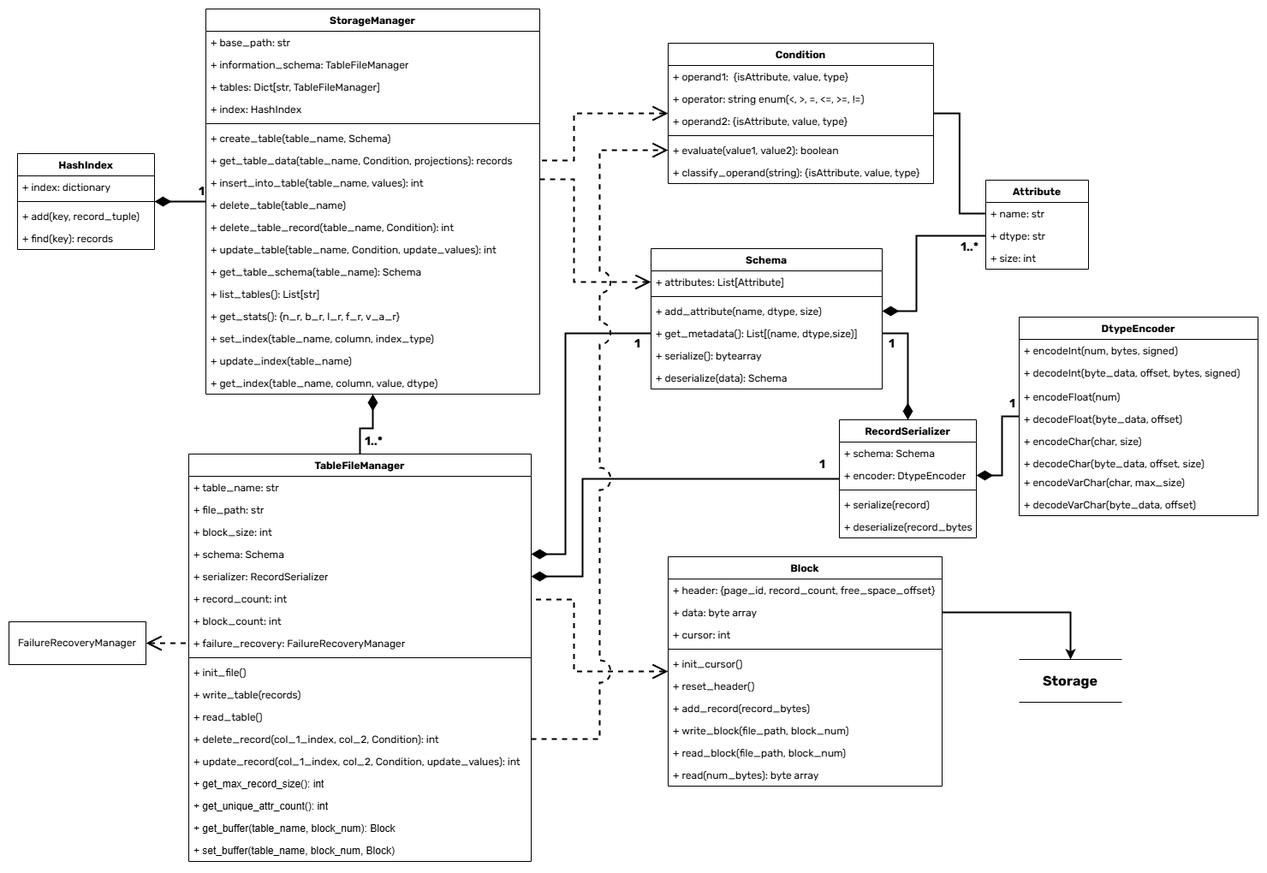
This is storage_manager_class_diagram.png from KawulaSQL/Storage_Manager, a draw.io export, as it was before one commit. Source tidied: cells renumbered, new cells last; positions are measured from the earlier drawing's top-left corner, leaving out a move shared by most shapes.
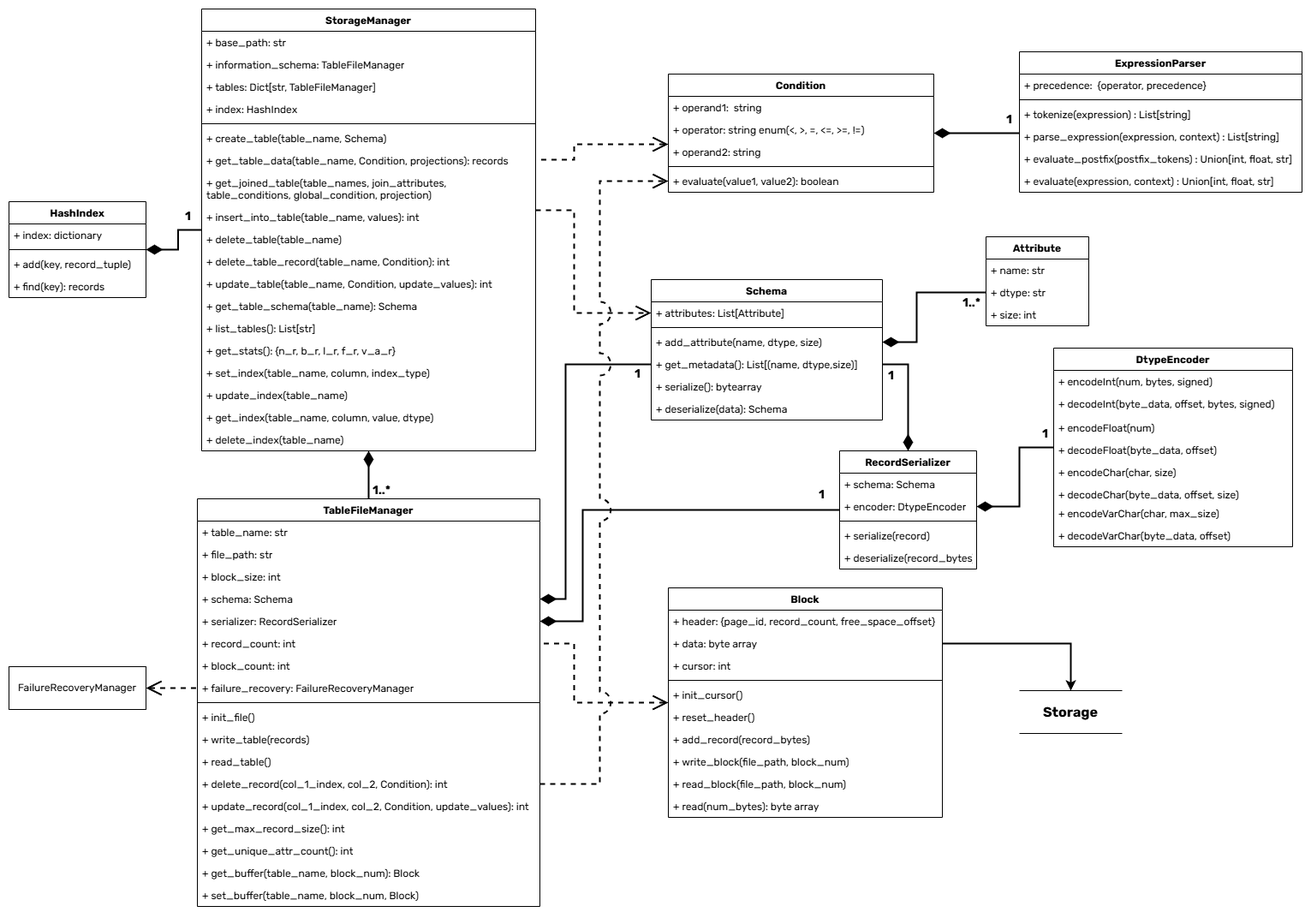
Later version of the same file.

Commit message:
docs: Update class diagram

Diff of the diagram source:
```diff
@@ -36,3 +36,3 @@
         <Array as="points">
-          <mxPoint x="670" y="663" />
+          <mxPoint x="670" y="679" />
           <mxPoint x="670" y="549" />
@@ -70,4 +70,3 @@
           <mxPoint x="660" y="774" />
-          <mxPoint x="660" y="690" />
-          <mxPoint x="610" y="690" />
+          <mxPoint x="660" y="705" />
         </Array>
@@ -86,3 +85,3 @@
         <Array as="points">
-          <mxPoint x="1060" y="265" />
+          <mxPoint x="1060" y="295" />
           <mxPoint x="1060" y="353" />
@@ -115,3 +114,3 @@
     <mxCell id="25" value="&lt;div&gt;&lt;span style=&quot;font-size: 12px;&quot;&gt;DtypeEncoder&lt;/span&gt;&lt;/div&gt;" style="swimlane;fontStyle=1;align=center;verticalAlign=top;horizontal=1;startSize=26;whiteSpace=wrap;html=1;fontFamily=rubik;fontSource=https%3A%2F%2Ffonts.googleapis.com%2Fcss%3Ffamily%3Drubik;" parent="1" vertex="1">
-      <mxGeometry x="1180" y="360" width="279" height="232" as="geometry" />
+      <mxGeometry x="1220" y="360" width="279" height="232" as="geometry" />
     </mxCell>
@@ -193,3 +192,3 @@
     <mxCell id="51" value="&lt;div&gt;&lt;span style=&quot;font-size: 12px;&quot;&gt;Attribute&lt;/span&gt;&lt;/div&gt;" style="swimlane;fontStyle=1;align=center;verticalAlign=top;horizontal=1;startSize=26;whiteSpace=wrap;html=1;fontFamily=rubik;fontSource=https%3A%2F%2Ffonts.googleapis.com%2Fcss%3Ffamily%3Drubik;" parent="1" vertex="1">
-      <mxGeometry x="1141" y="200" width="120" height="104" as="geometry" />
+      <mxGeometry x="1141" y="230" width="120" height="104" as="geometry" />
     </mxCell>
@@ -205,3 +204,3 @@
     <mxCell id="55" value="&lt;div&gt;&lt;span style=&quot;font-size: 12px;&quot;&gt;TableFileManager&lt;/span&gt;&lt;/div&gt;" style="swimlane;fontStyle=1;align=center;verticalAlign=top;horizontal=1;startSize=26;whiteSpace=wrap;html=1;fontFamily=rubik;fontSource=https%3A%2F%2Ffonts.googleapis.com%2Fcss%3Ffamily%3Drubik;" parent="1" vertex="1">
-      <mxGeometry x="210" y="520" width="400" height="476" as="geometry" />
+      <mxGeometry x="220" y="536" width="400" height="476" as="geometry" />
     </mxCell>
@@ -249,12 +248,12 @@
     </mxCell>
-    <mxCell id="70" value="+ get_max_record_size(): int" style="text;strokeColor=none;fillColor=none;align=left;verticalAlign=top;spacingLeft=4;spacingRight=4;overflow=hidden;whiteSpace=wrap;html=1;" parent="55" vertex="1">
+    <mxCell id="70" value="+ get_max_record_size(): int" style="text;strokeColor=none;fillColor=none;align=left;verticalAlign=top;spacingLeft=4;spacingRight=4;overflow=hidden;whiteSpace=wrap;html=1;fontFamily=rubik;fontSource=https%3A%2F%2Ffonts.googleapis.com%2Fcss%3Ffamily%3Drubik;" parent="55" vertex="1">
       <mxGeometry y="372" width="400" height="26" as="geometry" />
     </mxCell>
-    <mxCell id="71" value="+&amp;nbsp;get_unique_attr_count(): int" style="text;strokeColor=none;fillColor=none;align=left;verticalAlign=top;spacingLeft=4;spacingRight=4;overflow=hidden;whiteSpace=wrap;html=1;" parent="55" vertex="1">
+    <mxCell id="71" value="+&amp;nbsp;get_unique_attr_count(): int" style="text;strokeColor=none;fillColor=none;align=left;verticalAlign=top;spacingLeft=4;spacingRight=4;overflow=hidden;whiteSpace=wrap;html=1;fontFamily=rubik;fontSource=https%3A%2F%2Ffonts.googleapis.com%2Fcss%3Ffamily%3Drubik;" parent="55" vertex="1">
       <mxGeometry y="398" width="400" height="26" as="geometry" />
     </mxCell>
-    <mxCell id="72" value="+ get_buffer(table_name, block_num): Block" style="text;strokeColor=none;fillColor=none;align=left;verticalAlign=top;spacingLeft=4;spacingRight=4;overflow=hidden;whiteSpace=wrap;html=1;" parent="55" vertex="1">
+    <mxCell id="72" value="+ get_buffer(table_name, block_num): Block" style="text;strokeColor=none;fillColor=none;align=left;verticalAlign=top;spacingLeft=4;spacingRight=4;overflow=hidden;whiteSpace=wrap;html=1;fontFamily=rubik;fontSource=https%3A%2F%2Ffonts.googleapis.com%2Fcss%3Ffamily%3Drubik;" parent="55" vertex="1">
       <mxGeometry y="424" width="400" height="26" as="geometry" />
     </mxCell>
-    <mxCell id="73" value="+ set_buffer(table_name, block_num, Block)" style="text;strokeColor=none;fillColor=none;align=left;verticalAlign=top;spacingLeft=4;spacingRight=4;overflow=hidden;whiteSpace=wrap;html=1;" parent="55" vertex="1">
+    <mxCell id="73" value="+ set_buffer(table_name, block_num, Block)" style="text;strokeColor=none;fillColor=none;align=left;verticalAlign=top;spacingLeft=4;spacingRight=4;overflow=hidden;whiteSpace=wrap;html=1;fontFamily=rubik;fontSource=https%3A%2F%2Ffonts.googleapis.com%2Fcss%3Ffamily%3Drubik;" parent="55" vertex="1">
       <mxGeometry y="450" width="400" height="26" as="geometry" />
@@ -274,3 +273,3 @@
       <mxGeometry x="-0.81" y="-3" relative="1" as="geometry">
-        <mxPoint y="-9" as="offset" />
+        <mxPoint x="-8" y="-12" as="offset" />
       </mxGeometry>
@@ -278,3 +277,3 @@
     <mxCell id="77" value="&lt;div&gt;&lt;span style=&quot;font-size: 12px;&quot;&gt;StorageManager&lt;/span&gt;&lt;/div&gt;" style="swimlane;fontStyle=1;align=center;verticalAlign=top;horizontal=1;startSize=26;whiteSpace=wrap;html=1;fontFamily=rubik;fontSource=https%3A%2F%2Ffonts.googleapis.com%2Fcss%3Ffamily%3Drubik;" parent="1" vertex="1">
-      <mxGeometry x="230" width="390" height="450" as="geometry" />
+      <mxGeometry x="225" y="-36" width="390" height="516" as="geometry" />
     </mxCell>
@@ -301,32 +300,38 @@
     </mxCell>
+    <mxCell id="114" value="+ get_joined_table(table_names, join_attributes, table_conditions, global_condition, projection)" style="text;strokeColor=none;fillColor=none;align=left;verticalAlign=top;spacingLeft=4;spacingRight=4;overflow=hidden;whiteSpace=wrap;html=1;fontFamily=rubik;fontSource=https%3A%2F%2Ffonts.googleapis.com%2Fcss%3Ffamily%3Drubik;" parent="77" vertex="1">
+      <mxGeometry y="190" width="390" height="40" as="geometry" />
+    </mxCell>
     <mxCell id="85" value="+ insert_into_table(table_name, values): int" style="text;strokeColor=none;fillColor=none;align=left;verticalAlign=top;spacingLeft=4;spacingRight=4;overflow=hidden;whiteSpace=wrap;html=1;fontFamily=rubik;fontSource=https%3A%2F%2Ffonts.googleapis.com%2Fcss%3Ffamily%3Drubik;" parent="77" vertex="1">
-      <mxGeometry y="190" width="390" height="26" as="geometry" />
+      <mxGeometry y="230" width="390" height="26" as="geometry" />
     </mxCell>
     <mxCell id="86" value="+ delete_table(table_name)" style="text;strokeColor=none;fillColor=none;align=left;verticalAlign=top;spacingLeft=4;spacingRight=4;overflow=hidden;whiteSpace=wrap;html=1;fontFamily=rubik;fontSource=https%3A%2F%2Ffonts.googleapis.com%2Fcss%3Ffamily%3Drubik;" parent="77" vertex="1">
-      <mxGeometry y="216" width="390" height="26" as="geometry" />
+      <mxGeometry y="256" width="390" height="26" as="geometry" />
     </mxCell>
     <mxCell id="87" value="+ delete_table_record(table_name, Condition): int" style="text;strokeColor=none;fillColor=none;align=left;verticalAlign=top;spacingLeft=4;spacingRight=4;overflow=hidden;whiteSpace=wrap;html=1;fontFamily=rubik;fontSource=https%3A%2F%2Ffonts.googleapis.com%2Fcss%3Ffamily%3Drubik;" parent="77" vertex="1">
-      <mxGeometry y="242" width="390" height="26" as="geometry" />
+      <mxGeometry y="282" width="390" height="26" as="geometry" />
     </mxCell>
     <mxCell id="88" value="+ update_table(table_name, Condition, update_values): int" style="text;strokeColor=none;fillColor=none;align=left;verticalAlign=top;spacingLeft=4;spacingRight=4;overflow=hidden;whiteSpace=wrap;html=1;fontFamily=rubik;fontSource=https%3A%2F%2Ffonts.googleapis.com%2Fcss%3Ffamily%3Drubik;" parent="77" vertex="1">
-      <mxGeometry y="268" width="390" height="26" as="geometry" />
+      <mxGeometry y="308" width="390" height="26" as="geometry" />
     </mxCell>
     <mxCell id="89" value="+ get_table_schema(table_name): Schema" style="text;strokeColor=none;fillColor=none;align=left;verticalAlign=top;spacingLeft=4;spacingRight=4;overflow=hidden;whiteSpace=wrap;html=1;fontFamily=rubik;fontSource=https%3A%2F%2Ffonts.googleapis.com%2Fcss%3Ffamily%3Drubik;" parent="77" vertex="1">
-      <mxGeometry y="294" width="390" height="26" as="geometry" />
+      <mxGeometry y="334" width="390" height="26" as="geometry" />
     </mxCell>
     <mxCell id="90" value="+ list_tables(): List[str]" style="text;strokeColor=none;fillColor=none;align=left;verticalAlign=top;spacingLeft=4;spacingRight=4;overflow=hidden;whiteSpace=wrap;html=1;fontFamily=rubik;fontSource=https%3A%2F%2Ffonts.googleapis.com%2Fcss%3Ffamily%3Drubik;" parent="77" vertex="1">
-      <mxGeometry y="320" width="390" height="26" as="geometry" />
+      <mxGeometry y="360" width="390" height="26" as="geometry" />
     </mxCell>
     <mxCell id="91" value="+ get_stats(): {n_r, b_r, l_r, f_r, v_a_r}" style="text;strokeColor=none;fillColor=none;align=left;verticalAlign=top;spacingLeft=4;spacingRight=4;overflow=hidden;whiteSpace=wrap;html=1;fontFamily=rubik;fontSource=https%3A%2F%2Ffonts.googleapis.com%2Fcss%3Ffamily%3Drubik;" parent="77" vertex="1">
-      <mxGeometry y="346" width="390" height="26" as="geometry" />
+      <mxGeometry y="386" width="390" height="26" as="geometry" />
     </mxCell>
     <mxCell id="92" value="+&amp;nbsp;&lt;span style=&quot;background-color: initial;&quot;&gt;set_index(&lt;/span&gt;table_name&lt;span style=&quot;background-color: initial;&quot;&gt;, column, index_type)&lt;/span&gt;&lt;div&gt;&lt;span style=&quot;background-color: initial;&quot;&gt;&lt;br&gt;&lt;/span&gt;&lt;/div&gt;" style="text;strokeColor=none;fillColor=none;align=left;verticalAlign=top;spacingLeft=4;spacingRight=4;overflow=hidden;whiteSpace=wrap;html=1;fontFamily=rubik;fontSource=https%3A%2F%2Ffonts.googleapis.com%2Fcss%3Ffamily%3Drubik;" parent="77" vertex="1">
-      <mxGeometry y="372" width="390" height="26" as="geometry" />
+      <mxGeometry y="412" width="390" height="26" as="geometry" />
     </mxCell>
     <mxCell id="93" value="+&amp;nbsp;&lt;span style=&quot;background-color: initial;&quot;&gt;update_index(table_name)&lt;/span&gt;&lt;div&gt;&lt;span style=&quot;background-color: initial;&quot;&gt;&lt;br&gt;&lt;/span&gt;&lt;/div&gt;" style="text;strokeColor=none;fillColor=none;align=left;verticalAlign=top;spacingLeft=4;spacingRight=4;overflow=hidden;whiteSpace=wrap;html=1;fontFamily=rubik;fontSource=https%3A%2F%2Ffonts.googleapis.com%2Fcss%3Ffamily%3Drubik;" parent="77" vertex="1">
-      <mxGeometry y="398" width="390" height="26" as="geometry" />
+      <mxGeometry y="438" width="390" height="26" as="geometry" />
     </mxCell>
     <mxCell id="94" value="+ ge&lt;span style=&quot;background-color: initial;&quot;&gt;t_index(&lt;/span&gt;table_name&lt;span style=&quot;background-color: initial;&quot;&gt;, column, value, dtype)&lt;/span&gt;&lt;div&gt;&lt;span style=&quot;background-color: initial;&quot;&gt;&lt;br&gt;&lt;/span&gt;&lt;/div&gt;" style="text;strokeColor=none;fillColor=none;align=left;verticalAlign=top;spacingLeft=4;spacingRight=4;overflow=hidden;whiteSpace=wrap;html=1;fontFamily=rubik;fontSource=https%3A%2F%2Ffonts.googleapis.com%2Fcss%3Ffamily%3Drubik;" parent="77" vertex="1">
-      <mxGeometry y="424" width="390" height="26" as="geometry" />
+      <mxGeometry y="464" width="390" height="26" as="geometry" />
     </mxCell>
+    <mxCell id="115" value="+&amp;nbsp;&lt;span style=&quot;background-color: initial;&quot;&gt;delete_index(table_name)&lt;/span&gt;&lt;div&gt;&lt;span style=&quot;background-color: initial;&quot;&gt;&lt;br&gt;&lt;/span&gt;&lt;/div&gt;" style="text;strokeColor=none;fillColor=none;align=left;verticalAlign=top;spacingLeft=4;spacingRight=4;overflow=hidden;whiteSpace=wrap;html=1;fontFamily=rubik;fontSource=https%3A%2F%2Ffonts.googleapis.com%2Fcss%3Ffamily%3Drubik;" parent="77" vertex="1">
+      <mxGeometry y="490" width="390" height="26" as="geometry" />
+    </mxCell>
     <mxCell id="95" style="edgeStyle=orthogonalEdgeStyle;rounded=0;jettySize=auto;html=1;entryX=1;entryY=0.5;entryDx=0;entryDy=0;endSize=14;startSize=14;strokeWidth=2;endArrow=none;endFill=0;startArrow=open;startFill=0;dashed=1;fontFamily=rubik;fontSource=https%3A%2F%2Ffonts.googleapis.com%2Fcss%3Ffamily%3Drubik;" parent="1" edge="1" source="97" target="84">
@@ -335,3 +340,4 @@
           <mxPoint x="660" y="122" />
-          <mxPoint x="660" y="177" />
+          <mxPoint x="660" y="140" />
+          <mxPoint x="615" y="140" />
         </Array>
@@ -339,9 +345,14 @@
     </mxCell>
-    <mxCell id="96" style="edgeStyle=orthogonalEdgeStyle;rounded=0;jettySize=auto;html=1;entryX=0;entryY=0.5;entryDx=0;entryDy=0;endArrow=none;endFill=0;strokeWidth=2;endSize=14;startSize=14;exitX=1;exitY=0.5;exitDx=0;exitDy=0;fontFamily=rubik;fontSource=https%3A%2F%2Ffonts.googleapis.com%2Fcss%3Ffamily%3Drubik;" parent="1" edge="1" source="97" target="52">
-      <mxGeometry relative="1" as="geometry" />
+    <mxCell id="96" style="edgeStyle=orthogonalEdgeStyle;rounded=0;jettySize=auto;html=1;endArrow=none;endFill=0;strokeWidth=2;endSize=14;startSize=14;exitX=1;exitY=0.5;exitDx=0;exitDy=0;fontFamily=rubik;fontSource=https%3A%2F%2Ffonts.googleapis.com%2Fcss%3Ffamily%3Drubik;startArrow=diamondThin;startFill=1;" parent="1" edge="1" source="97" target="116">
+      <mxGeometry relative="1" as="geometry">
+        <Array as="points">
+          <mxPoint x="1210" y="109" />
+          <mxPoint x="1210" y="109" />
+        </Array>
+      </mxGeometry>
     </mxCell>
     <mxCell id="97" value="Condition" style="swimlane;fontStyle=1;align=center;verticalAlign=top;horizontal=1;startSize=26;whiteSpace=wrap;html=1;fontFamily=rubik;fontSource=https%3A%2F%2Ffonts.googleapis.com%2Fcss%3Ffamily%3Drubik;" parent="1" vertex="1">
-      <mxGeometry x="770" y="40" width="310" height="164" as="geometry" />
+      <mxGeometry x="770" y="40" width="310" height="138" as="geometry" />
     </mxCell>
-    <mxCell id="98" value="+ operand1:&amp;nbsp; {isAttribute, value, type}" style="text;strokeColor=none;fillColor=none;align=left;verticalAlign=top;spacingLeft=4;spacingRight=4;overflow=hidden;whiteSpace=wrap;html=1;fontFamily=rubik;fontSource=https%3A%2F%2Ffonts.googleapis.com%2Fcss%3Ffamily%3Drubik;" parent="97" vertex="1">
+    <mxCell id="98" value="+ operand1:&amp;nbsp; string" style="text;strokeColor=none;fillColor=none;align=left;verticalAlign=top;spacingLeft=4;spacingRight=4;overflow=hidden;whiteSpace=wrap;html=1;fontFamily=rubik;fontSource=https%3A%2F%2Ffonts.googleapis.com%2Fcss%3Ffamily%3Drubik;" parent="97" vertex="1">
       <mxGeometry y="26" width="310" height="26" as="geometry" />
@@ -351,3 +362,3 @@
     </mxCell>
-    <mxCell id="100" value="+ operand2: {isAttribute, value, type}" style="text;strokeColor=none;fillColor=none;align=left;verticalAlign=top;spacingLeft=4;spacingRight=4;overflow=hidden;whiteSpace=wrap;html=1;fontFamily=rubik;fontSource=https%3A%2F%2Ffonts.googleapis.com%2Fcss%3Ffamily%3Drubik;" parent="97" vertex="1">
+    <mxCell id="100" value="+ operand2: string" style="text;strokeColor=none;fillColor=none;align=left;verticalAlign=top;spacingLeft=4;spacingRight=4;overflow=hidden;whiteSpace=wrap;html=1;fontFamily=rubik;fontSource=https%3A%2F%2Ffonts.googleapis.com%2Fcss%3Ffamily%3Drubik;" parent="97" vertex="1">
       <mxGeometry y="78" width="310" height="26" as="geometry" />
@@ -360,5 +371,2 @@
     </mxCell>
-    <mxCell id="103" value="+ classify_operand(string):&amp;nbsp;{isAttribute, value, type}" style="text;strokeColor=none;fillColor=none;align=left;verticalAlign=top;spacingLeft=4;spacingRight=4;overflow=hidden;whiteSpace=wrap;html=1;fontFamily=rubik;fontSource=https%3A%2F%2Ffonts.googleapis.com%2Fcss%3Ffamily%3Drubik;" parent="97" vertex="1">
-      <mxGeometry y="138" width="310" height="26" as="geometry" />
-    </mxCell>
     <mxCell id="104" style="edgeStyle=orthogonalEdgeStyle;rounded=0;jettySize=auto;html=1;entryX=0;entryY=0.5;entryDx=0;entryDy=0;endArrow=none;endFill=0;startArrow=diamondThin;startFill=1;strokeWidth=2;endSize=14;startSize=14;fontFamily=rubik;fontSource=https%3A%2F%2Ffonts.googleapis.com%2Fcss%3Ffamily%3Drubik;exitX=1;exitY=0.5;exitDx=0;exitDy=0;" parent="1" edge="1" source="59" target="6">
@@ -366,3 +374,3 @@
         <Array as="points">
-          <mxPoint x="650" y="637" />
+          <mxPoint x="650" y="653" />
           <mxPoint x="650" y="379" />
@@ -377,3 +385,3 @@
     <mxCell id="106" value="HashIndex" style="swimlane;fontStyle=1;align=center;verticalAlign=top;horizontal=1;startSize=26;whiteSpace=wrap;html=1;fontFamily=rubik;fontSource=https%3A%2F%2Ffonts.googleapis.com%2Fcss%3Ffamily%3Drubik;" parent="1" vertex="1">
-      <mxGeometry x="10" y="169" width="160" height="112" as="geometry" />
+      <mxGeometry y="189" width="160" height="112" as="geometry" />
     </mxCell>
@@ -394,3 +402,3 @@
         <Array as="points">
-          <mxPoint x="690" y="853" />
+          <mxPoint x="690" y="869" />
           <mxPoint x="690" y="165" />
@@ -403,4 +411,30 @@
     <mxCell id="113" value="&lt;span style=&quot;text-align: left;&quot;&gt;FailureRecoveryManager&lt;/span&gt;" style="html=1;whiteSpace=wrap;fontFamily=rubik;fontSource=https%3A%2F%2Ffonts.googleapis.com%2Fcss%3Ffamily%3Drubik;" parent="1" vertex="1">
-      <mxGeometry y="716" width="160" height="50" as="geometry" />
+      <mxGeometry y="732" width="160" height="50" as="geometry" />
     </mxCell>
+    <mxCell id="116" value="ExpressionParser" style="swimlane;fontStyle=1;align=center;verticalAlign=top;horizontal=1;startSize=26;whiteSpace=wrap;html=1;fontFamily=rubik;fontSource=https%3A%2F%2Ffonts.googleapis.com%2Fcss%3Ffamily%3Drubik;" parent="1" vertex="1">
+      <mxGeometry x="1180" y="14" width="330" height="164" as="geometry" />
+    </mxCell>
+    <mxCell id="117" value="+ precedence:&amp;nbsp; {operator, precedence}" style="text;strokeColor=none;fillColor=none;align=left;verticalAlign=top;spacingLeft=4;spacingRight=4;overflow=hidden;whiteSpace=wrap;html=1;fontFamily=rubik;fontSource=https%3A%2F%2Ffonts.googleapis.com%2Fcss%3Ffamily%3Drubik;" parent="116" vertex="1">
+      <mxGeometry y="26" width="330" height="26" as="geometry" />
+    </mxCell>
+    <mxCell id="118" style="line;strokeWidth=1;fillColor=none;align=left;verticalAlign=middle;spacingTop=-1;spacingLeft=3;spacingRight=3;labelPosition=right;strokeColor=inherit;fontFamily=rubik;fontSource=https%3A%2F%2Ffonts.googleapis.com%2Fcss%3Ffamily%3Drubik;" parent="116" vertex="1">
+      <mxGeometry y="52" width="330" height="8" as="geometry" />
+    </mxCell>
+    <mxCell id="119" value="+ tokenize(expression) : List[string]" style="text;strokeColor=none;fillColor=none;align=left;verticalAlign=top;spacingLeft=4;spacingRight=4;overflow=hidden;whiteSpace=wrap;html=1;fontFamily=rubik;fontSource=https%3A%2F%2Ffonts.googleapis.com%2Fcss%3Ffamily%3Drubik;" parent="116" vertex="1">
+      <mxGeometry y="60" width="330" height="26" as="geometry" />
+    </mxCell>
+    <mxCell id="120" value="+ parse_expression(expression, context) : List[string]" style="text;strokeColor=none;fillColor=none;align=left;verticalAlign=top;spacingLeft=4;spacingRight=4;overflow=hidden;whiteSpace=wrap;html=1;fontFamily=rubik;fontSource=https%3A%2F%2Ffonts.googleapis.com%2Fcss%3Ffamily%3Drubik;" parent="116" vertex="1">
+      <mxGeometry y="86" width="330" height="26" as="geometry" />
+    </mxCell>
+    <mxCell id="121" value="+ evaluate_postfix(postfix_tokens) : Union[int, float, str]" style="text;strokeColor=none;fillColor=none;align=left;verticalAlign=top;spacingLeft=4;spacingRight=4;overflow=hidden;whiteSpace=wrap;html=1;fontFamily=rubik;fontSource=https%3A%2F%2Ffonts.googleapis.com%2Fcss%3Ffamily%3Drubik;" parent="116" vertex="1">
+      <mxGeometry y="112" width="330" height="26" as="geometry" />
+    </mxCell>
+    <mxCell id="122" value="+ evaluate(expression, context) : Union[int, float, str]" style="text;strokeColor=none;fillColor=none;align=left;verticalAlign=top;spacingLeft=4;spacingRight=4;overflow=hidden;whiteSpace=wrap;html=1;fontFamily=rubik;fontSource=https%3A%2F%2Ffonts.googleapis.com%2Fcss%3Ffamily%3Drubik;" parent="116" vertex="1">
+      <mxGeometry y="138" width="330" height="26" as="geometry" />
+    </mxCell>
+    <mxCell id="123" value="1" style="edgeLabel;html=1;align=center;verticalAlign=middle;fontStyle=1;fontSize=14;labelBackgroundColor=none;fontFamily=rubik;fontSource=https%3A%2F%2Ffonts.googleapis.com%2Fcss%3Ffamily%3Drubik;" parent="1" vertex="1">
+      <mxGeometry x="1030" y="370" as="geometry">
+        <mxPoint x="138" y="-276" as="offset" />
+      </mxGeometry>
+    </mxCell>
   </root>
```
